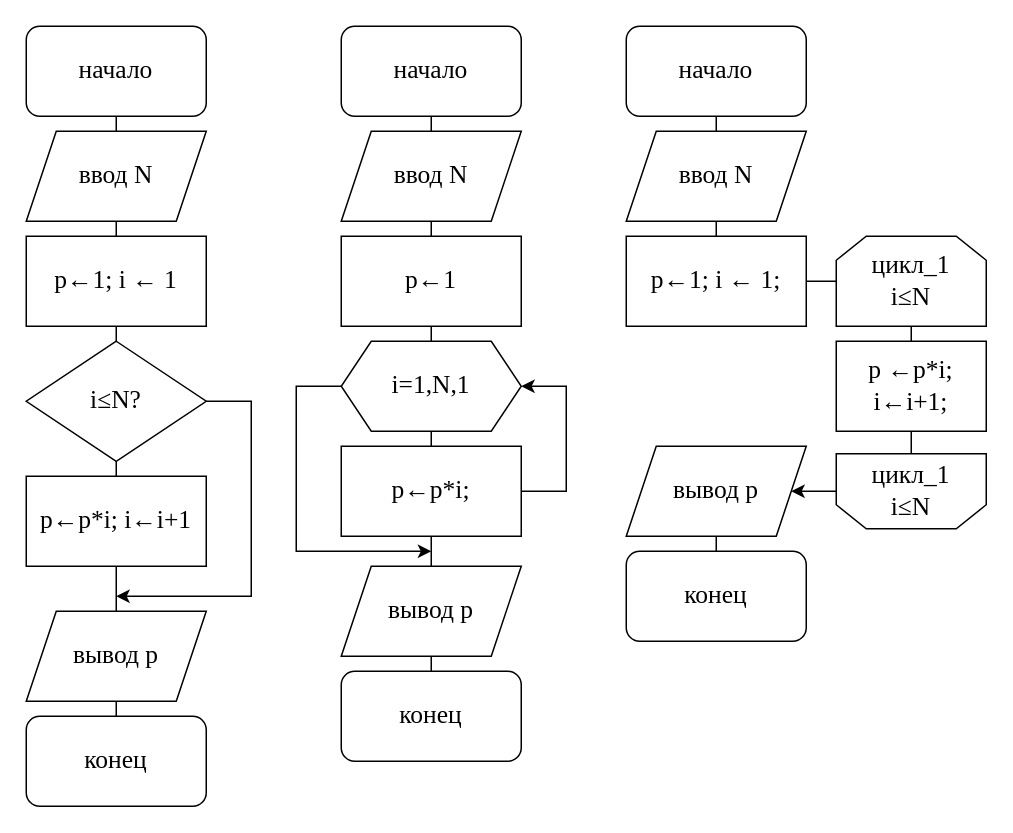
This is educational practice/alghoritm D variations.drawio from lenferer/draw.io, a draw.io file, before an edit. Source tidied: cells renumbered, new cells numbered last; positions are measured from the earlier drawing's top-left corner, leaving out a move shared by most shapes. Both pictures are drawn from the tidied source at 150%, with x=0, y=0 at pixel (26, 26).
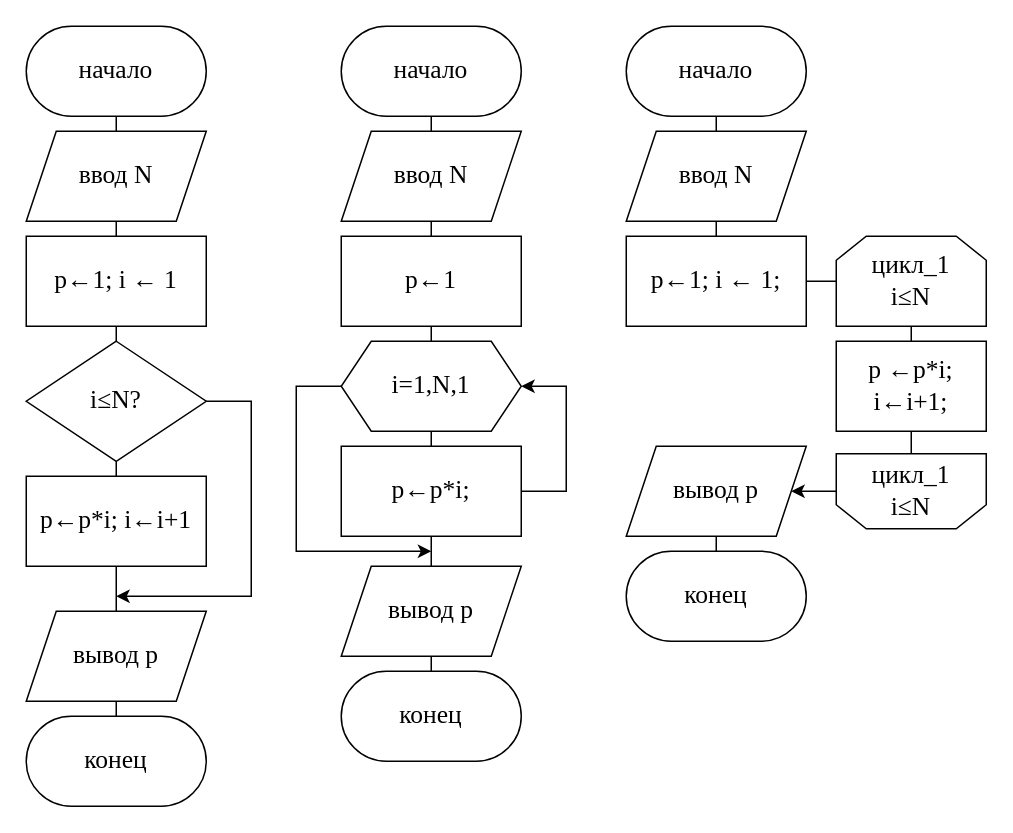
After the change.

The edit, as a diff of the source:
```diff
@@
-    <mxCell id="2" value="начало" style="rounded=1;whiteSpace=wrap;html=1;fontFamily=Times New Roman;fontSize=17;" parent="1" vertex="1">
+    <mxCell id="2" value="начало" style="rounded=1;whiteSpace=wrap;html=1;fontFamily=Times New Roman;fontSize=17;arcSize=50;" parent="1" vertex="1">
       <mxGeometry width="120" height="60" as="geometry" />
     </mxCell>
@@
-    <mxCell id="7" value="конец" style="rounded=1;whiteSpace=wrap;html=1;fontFamily=Times New Roman;fontSize=17;" parent="1" vertex="1">
+    <mxCell id="7" value="конец" style="rounded=1;whiteSpace=wrap;html=1;fontFamily=Times New Roman;fontSize=17;arcSize=50;" parent="1" vertex="1">
       <mxGeometry y="460" width="120" height="60" as="geometry" />
     </mxCell>
@@
-    <mxCell id="16" value="начало" style="rounded=1;whiteSpace=wrap;html=1;fontFamily=Times New Roman;fontSize=17;" parent="1" vertex="1">
+    <mxCell id="16" value="начало" style="rounded=1;whiteSpace=wrap;html=1;fontFamily=Times New Roman;fontSize=17;arcSize=50;" parent="1" vertex="1">
       <mxGeometry x="210" width="120" height="60" as="geometry" />
     </mxCell>
@@
-    <mxCell id="20" value="конец" style="rounded=1;whiteSpace=wrap;html=1;fontFamily=Times New Roman;fontSize=17;" parent="1" vertex="1">
+    <mxCell id="20" value="конец" style="rounded=1;whiteSpace=wrap;html=1;fontFamily=Times New Roman;fontSize=17;arcSize=50;" parent="1" vertex="1">
       <mxGeometry x="210" y="430" width="120" height="60" as="geometry" />
     </mxCell>
@@
-    <mxCell id="31" value="начало" style="rounded=1;whiteSpace=wrap;html=1;fontFamily=Times New Roman;fontSize=17;" parent="1" vertex="1">
+    <mxCell id="31" value="начало" style="rounded=1;whiteSpace=wrap;html=1;fontFamily=Times New Roman;fontSize=17;arcSize=50;" parent="1" vertex="1">
       <mxGeometry x="400" width="120" height="60" as="geometry" />
     </mxCell>
@@
-    <mxCell id="35" value="конец" style="rounded=1;whiteSpace=wrap;html=1;fontFamily=Times New Roman;fontSize=17;" parent="1" vertex="1">
+    <mxCell id="35" value="конец" style="rounded=1;whiteSpace=wrap;html=1;fontFamily=Times New Roman;fontSize=17;arcSize=50;" parent="1" vertex="1">
       <mxGeometry x="400" y="350" width="120" height="60" as="geometry" />
     </mxCell>
```
